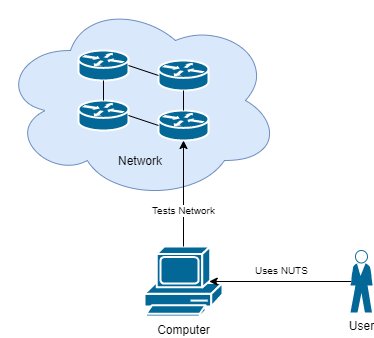
The draw.io diagram Dokumentation/99_Vorlagen/Bilder/SystemUebersicht.png in EkoGuandor229/Network-Unit-Testing, before a commit. Source tidied: cells renumbered, new cells last; positions are measured from the earlier drawing's top-left corner, leaving out a move shared by most shapes. Source of this version:
```xml
<mxGraphModel>
  <root>
    <mxCell id="0" />
    <mxCell id="1" parent="0" />
    <mxCell id="2" style="ellipse;shape=cloud;whiteSpace=wrap;html=1;fillColor=#dae8fc;strokeColor=#6c8ebf;" parent="1" vertex="1">
      <mxGeometry width="280" height="200" as="geometry" />
    </mxCell>
    <mxCell id="3" value="User" style="shape=mxgraph.cisco.people.standing_man;html=1;dashed=0;fillColor=#036897;strokeColor=#ffffff;strokeWidth=2;verticalLabelPosition=bottom;verticalAlign=top;align=center;outlineConnect=0;" parent="1" vertex="1">
      <mxGeometry x="350" y="250" width="22" height="62" as="geometry" />
    </mxCell>
    <mxCell id="4" value="Computer" style="shape=mxgraph.cisco.computers_and_peripherals.pc;html=1;dashed=0;fillColor=#036897;strokeColor=#ffffff;strokeWidth=2;verticalLabelPosition=bottom;verticalAlign=top;align=center;outlineConnect=0;" parent="1" vertex="1">
      <mxGeometry x="144" y="246" width="78" height="70" as="geometry" />
    </mxCell>
    <mxCell id="5" style="shape=mxgraph.cisco.routers.router;html=1;dashed=0;fillColor=#036897;strokeColor=#ffffff;strokeWidth=2;verticalLabelPosition=bottom;verticalAlign=top;align=center;outlineConnect=0;" parent="1" vertex="1">
      <mxGeometry x="78" y="100" width="50" height="30" as="geometry" />
    </mxCell>
    <mxCell id="6" style="shape=mxgraph.cisco.routers.router;html=1;dashed=0;fillColor=#036897;strokeColor=#ffffff;strokeWidth=2;verticalLabelPosition=bottom;verticalAlign=top;align=center;outlineConnect=0;" parent="1" vertex="1">
      <mxGeometry x="158" y="110" width="50" height="30" as="geometry" />
    </mxCell>
    <mxCell id="7" style="shape=mxgraph.cisco.routers.router;html=1;dashed=0;fillColor=#036897;strokeColor=#ffffff;strokeWidth=2;verticalLabelPosition=bottom;verticalAlign=top;align=center;outlineConnect=0;" parent="1" vertex="1">
      <mxGeometry x="158" y="60" width="50" height="30" as="geometry" />
    </mxCell>
    <mxCell id="8" style="shape=mxgraph.cisco.routers.router;html=1;dashed=0;fillColor=#036897;strokeColor=#ffffff;strokeWidth=2;verticalLabelPosition=bottom;verticalAlign=top;align=center;outlineConnect=0;" parent="1" vertex="1">
      <mxGeometry x="78" y="50" width="50" height="30" as="geometry" />
    </mxCell>
    <mxCell id="9" style="endArrow=none;html=1;entryX=0.5;entryY=0;entryDx=0;entryDy=0;entryPerimeter=0;exitX=0.5;exitY=1;exitDx=0;exitDy=0;exitPerimeter=0;" parent="1" edge="1" source="7" target="6">
      <mxGeometry relative="1" as="geometry" />
    </mxCell>
    <mxCell id="10" style="endArrow=none;html=1;entryX=0;entryY=0.5;entryDx=0;entryDy=0;entryPerimeter=0;exitX=1;exitY=0.5;exitDx=0;exitDy=0;exitPerimeter=0;" parent="1" edge="1" source="8" target="7">
      <mxGeometry relative="1" as="geometry" />
    </mxCell>
    <mxCell id="11" style="endArrow=none;html=1;entryX=0.5;entryY=0;entryDx=0;entryDy=0;entryPerimeter=0;exitX=0.5;exitY=1;exitDx=0;exitDy=0;exitPerimeter=0;" parent="1" edge="1" source="8" target="5">
      <mxGeometry relative="1" as="geometry" />
    </mxCell>
    <mxCell id="12" style="endArrow=none;html=1;entryX=1;entryY=0.5;entryDx=0;entryDy=0;entryPerimeter=0;exitX=0;exitY=0.5;exitDx=0;exitDy=0;exitPerimeter=0;" parent="1" edge="1" source="6" target="5">
      <mxGeometry relative="1" as="geometry" />
    </mxCell>
    <mxCell id="13" style="endArrow=none;html=1;entryX=0.035;entryY=0.5;entryDx=0;entryDy=0;entryPerimeter=0;exitX=0.83;exitY=0.5;exitDx=0;exitDy=0;exitPerimeter=0;startArrow=classic;startFill=1;" parent="1" edge="1" source="4" target="3">
      <mxGeometry relative="1" as="geometry" />
    </mxCell>
    <mxCell id="14" value="&lt;font style=&quot;font-size: 10px;&quot;&gt;Uses NUTS&lt;/font&gt;" style="text;html=1;align=center;verticalAlign=middle;labelBackgroundColor=#ffffff;fontSize=10;" parent="13" vertex="1">
      <mxGeometry x="-0.14" y="2" relative="1" as="geometry">
        <mxPoint x="10.1" y="-9" as="offset" />
      </mxGeometry>
    </mxCell>
    <mxCell id="15" style="endArrow=classic;html=1;entryX=0.5;entryY=1;entryDx=0;entryDy=0;entryPerimeter=0;exitX=0.5;exitY=0;exitDx=0;exitDy=0;exitPerimeter=0;startArrow=none;startFill=0;endFill=1;" parent="1" edge="1" source="4" target="6">
      <mxGeometry relative="1" as="geometry" />
    </mxCell>
    <mxCell id="16" value="Tests Network" style="text;html=1;align=center;verticalAlign=middle;labelBackgroundColor=#ffffff;fontSize=10;" parent="15" vertex="1">
      <mxGeometry x="-0.25" y="3" relative="1" as="geometry">
        <mxPoint x="3" y="4" as="offset" />
      </mxGeometry>
    </mxCell>
    <mxCell id="17" value="Network" style="text;html=1;strokeColor=none;fillColor=none;align=center;verticalAlign=middle;whiteSpace=wrap;rounded=0;" parent="1" vertex="1">
      <mxGeometry x="120" y="150" width="40" height="20" as="geometry" />
    </mxCell>
  </root>
</mxGraphModel>
```
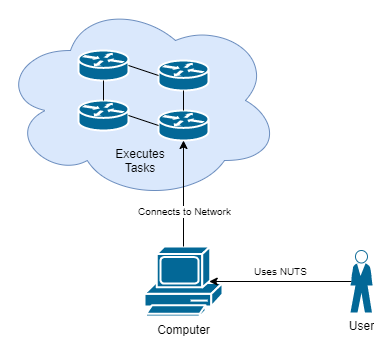
The same file after the commit.

Commit message:
Spellcheck and Diagram Update

The edit, as a diff of the source:
```diff
@@ -46,12 +46,12 @@
     <mxCell id="15" style="endArrow=classic;html=1;entryX=0.5;entryY=1;entryDx=0;entryDy=0;entryPerimeter=0;exitX=0.5;exitY=0;exitDx=0;exitDy=0;exitPerimeter=0;startArrow=none;startFill=0;endFill=1;" parent="1" edge="1" source="4" target="6">
       <mxGeometry relative="1" as="geometry" />
     </mxCell>
-    <mxCell id="16" value="Tests Network" style="text;html=1;align=center;verticalAlign=middle;labelBackgroundColor=#ffffff;fontSize=10;" parent="15" vertex="1">
+    <mxCell id="16" value="Connects to Network" style="text;html=1;align=center;verticalAlign=middle;labelBackgroundColor=#ffffff;fontSize=10;" parent="15" vertex="1">
       <mxGeometry x="-0.25" y="3" relative="1" as="geometry">
         <mxPoint x="3" y="4" as="offset" />
       </mxGeometry>
     </mxCell>
-    <mxCell id="17" value="Network" style="text;html=1;strokeColor=none;fillColor=none;align=center;verticalAlign=middle;whiteSpace=wrap;rounded=0;" parent="1" vertex="1">
+    <mxCell id="17" value="Executes Tasks" style="text;html=1;strokeColor=none;fillColor=none;align=center;verticalAlign=middle;whiteSpace=wrap;rounded=0;" parent="1" vertex="1">
       <mxGeometry x="120" y="150" width="40" height="20" as="geometry" />
     </mxCell>
   </root>
```
